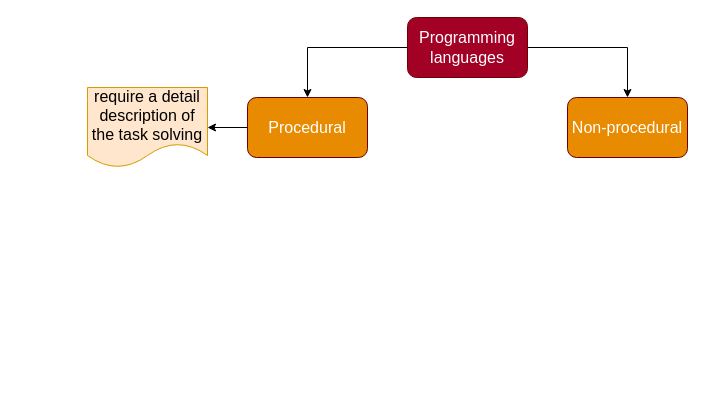
Above: Untitled Diagram.drawio in DMfananddu/Untitled (draw.io), before the change. Source tidied: cells renumbered, new cells numbered last; positions are measured from the earlier drawing's top-left corner, leaving out a move shared by most shapes. Both pictures are drawn from the tidied source at 100%, with x=0, y=0 at pixel (87, 17).
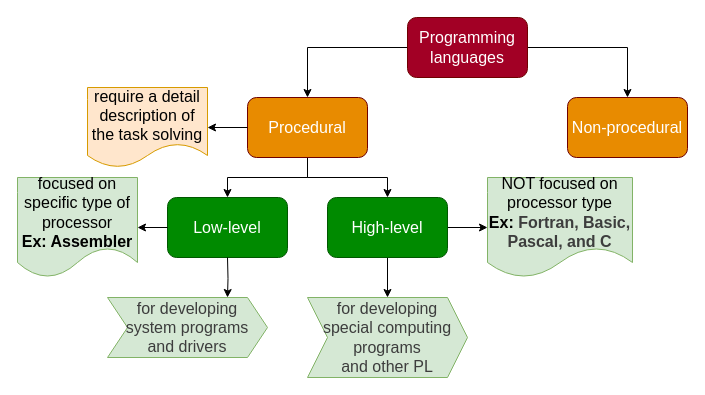
The same diagram, later.

The change refers to these unchanged cells:
```xml
<mxCell id="5" value="Procedural" style="rounded=1;whiteSpace=wrap;html=1;fontSize=16;strokeColor=#6F0000;fontColor=#ffffff;fillColor=#E88B00;" parent="1" vertex="1">
  <mxGeometry x="160" y="80" width="120" height="60" as="geometry" />
</mxCell>
```

Change to the diagram source:
```diff
@@
+    <mxCell id="9" style="edgeStyle=orthogonalEdgeStyle;rounded=0;jettySize=auto;html=1;exitX=0.5;exitY=1;exitDx=0;exitDy=0;entryX=0.5;entryY=0;entryDx=0;entryDy=0;fontFamily=Helvetica;fontSize=16;" parent="1" edge="1" source="5" target="11">
+      <mxGeometry relative="1" as="geometry" />
+    </mxCell>
+    <mxCell id="10" style="edgeStyle=orthogonalEdgeStyle;rounded=0;jettySize=auto;html=1;exitX=0.5;exitY=1;exitDx=0;exitDy=0;entryX=0.5;entryY=0;entryDx=0;entryDy=0;fontFamily=Helvetica;fontSize=16;" parent="1" edge="1" source="5" target="14">
+      <mxGeometry relative="1" as="geometry" />
+    </mxCell>
@@
+    <mxCell id="11" value="Low-level" style="rounded=1;whiteSpace=wrap;html=1;fontSize=16;strokeColor=#005700;fontColor=#ffffff;fillColor=#008a00;" parent="1" vertex="1">
+      <mxGeometry x="80" y="180" width="120" height="60" as="geometry" />
+    </mxCell>
+    <mxCell id="12" style="edgeStyle=orthogonalEdgeStyle;rounded=0;jettySize=auto;html=1;exitX=1;exitY=0.5;exitDx=0;exitDy=0;entryX=0;entryY=0.5;entryDx=0;entryDy=0;fontFamily=Helvetica;fontSize=16;" parent="1" edge="1" source="14" target="19">
+      <mxGeometry relative="1" as="geometry" />
+    </mxCell>
+    <mxCell id="13" style="edgeStyle=orthogonalEdgeStyle;rounded=0;jettySize=auto;html=1;exitX=0.5;exitY=1;exitDx=0;exitDy=0;entryX=0.5;entryY=0;entryDx=0;entryDy=0;fontFamily=Helvetica;fontSize=16;" parent="1" edge="1" source="14" target="20">
+      <mxGeometry relative="1" as="geometry" />
+    </mxCell>
+    <mxCell id="14" value="High-level" style="rounded=1;whiteSpace=wrap;html=1;fontSize=16;strokeColor=#005700;fontColor=#ffffff;fillColor=#008a00;" parent="1" vertex="1">
+      <mxGeometry x="240" y="180" width="120" height="60" as="geometry" />
+    </mxCell>
+    <mxCell id="15" style="edgeStyle=orthogonalEdgeStyle;rounded=0;jettySize=auto;html=1;exitX=0;exitY=0.5;exitDx=0;exitDy=0;entryX=1;entryY=0.5;entryDx=0;entryDy=0;fontFamily=Helvetica;fontSize=16;" parent="1" edge="1" target="16">
+      <mxGeometry relative="1" as="geometry">
+        <mxPoint x="80" y="210" as="sourcePoint" />
+      </mxGeometry>
+    </mxCell>
+    <mxCell id="16" value="focused on specific type of processor&lt;br&gt;&lt;b&gt;Ex: Assembler&lt;/b&gt;" style="shape=document;whiteSpace=wrap;html=1;boundedLbl=1;fillColor=#d5e8d4;fontFamily=Helvetica;fontSize=16;strokeColor=#82b366;" parent="1" vertex="1">
+      <mxGeometry x="-70" y="160" width="120" height="100" as="geometry" />
+    </mxCell>
+    <mxCell id="17" style="edgeStyle=orthogonalEdgeStyle;rounded=0;jettySize=auto;html=1;exitX=0.5;exitY=1;exitDx=0;exitDy=0;entryX=0.75;entryY=0;entryDx=0;entryDy=0;fontFamily=Helvetica;fontSize=16;" parent="1" edge="1" target="18">
+      <mxGeometry relative="1" as="geometry">
+        <mxPoint x="140" y="240" as="sourcePoint" />
+      </mxGeometry>
+    </mxCell>
+    <mxCell id="18" value="&lt;span lang=&quot;EN-US&quot; style=&quot;font-size: 12pt ; line-height: 107% ; font-family: &amp;#34;calibri&amp;#34; , sans-serif ; color: rgb(61 , 61 , 61)&quot;&gt;for developing&lt;br&gt;system programs &lt;br&gt;and drivers&lt;/span&gt;" style="shape=step;perimeter=stepPerimeter;whiteSpace=wrap;html=1;fixedSize=1;fillColor=#d5e8d4;fontFamily=Helvetica;fontSize=16;strokeColor=#82b366;" parent="1" vertex="1">
+      <mxGeometry x="20" y="280" width="160" height="60" as="geometry" />
+    </mxCell>
+    <mxCell id="19" value="NOT focused on processor type&lt;br&gt;&lt;b&gt;Ex:&amp;nbsp;&lt;/b&gt;&lt;span lang=&quot;EN-US&quot; style=&quot;font-size: 12pt ; line-height: 107% ; color: rgb(61 , 61 , 61)&quot;&gt;&lt;b&gt;Fortran, Basic, Pascal, and C&lt;/b&gt;&lt;/span&gt;" style="shape=document;whiteSpace=wrap;html=1;boundedLbl=1;fillColor=#d5e8d4;fontFamily=Helvetica;fontSize=16;strokeColor=#82b366;" parent="1" vertex="1">
+      <mxGeometry x="400" y="160" width="145" height="100" as="geometry" />
+    </mxCell>
+    <mxCell id="20" value="&lt;span lang=&quot;EN-US&quot; style=&quot;font-size: 12pt ; line-height: 107% ; font-family: &amp;#34;calibri&amp;#34; , sans-serif ; color: rgb(61 , 61 , 61)&quot;&gt;for developing&lt;br&gt;special computing programs &lt;br&gt;and other PL&lt;/span&gt;" style="shape=step;perimeter=stepPerimeter;whiteSpace=wrap;html=1;fixedSize=1;fillColor=#d5e8d4;fontFamily=Helvetica;fontSize=16;strokeColor=#82b366;" parent="1" vertex="1">
+      <mxGeometry x="220" y="280" width="160" height="80" as="geometry" />
+    </mxCell>
```
